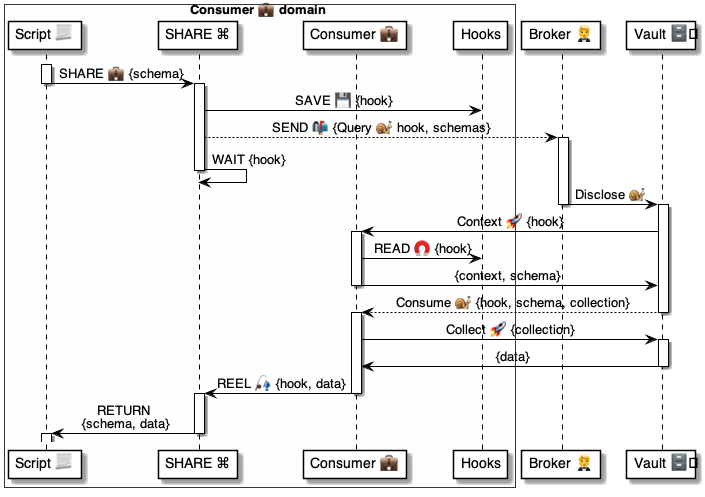
The PlantUML diagram 4 ⚙️ Solution/37 Scripts 📃/📃 Commands ⌘/⌘ for methods 🤵/SHARE 💼/💼 SHARE ⚙️ uml.png in pollyweb-org/pollyweb-docs, before a commit. Its source is kept beside it as 4 ⚙️ Solution/37 Scripts 📃/📃 Commands ⌘/⌘ for methods 🤵/SHARE 💼/💼 SHARE ⚙️ uml.puml.
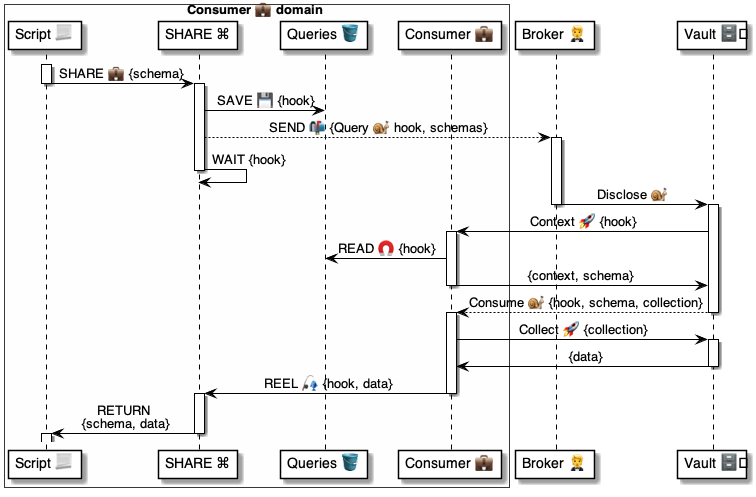
After the commit.

The edit, as a diff of the source:
```diff
@@ -3,8 +3,8 @@
 box Consumer 💼 domain #FFFFFA
     participant "Script 📃" as script
     participant "SHARE ⌘" as talker
+    participant "Queries 🪣" as hooks
     participant "Consumer 💼" as consumer
-    participant "Hooks" as hooks
 end box
 
 participant "Broker 🤵" as broker
```
